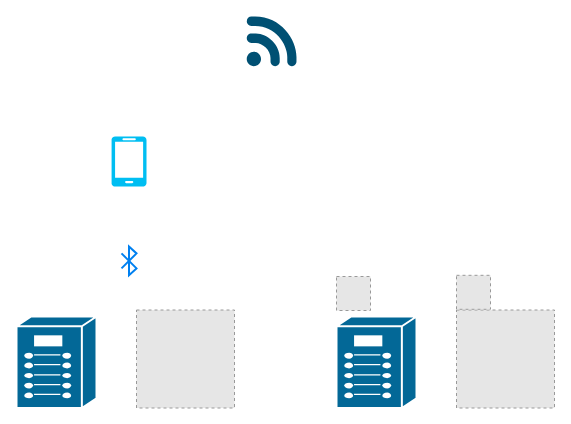
Above: 澳瑞特设备管理.drawio in liz2m/draw.images (draw.io), before the change. Source tidied: cells renumbered, new cells numbered last; positions are measured from the earlier drawing's top-left corner, leaving out a move shared by most shapes. Both pictures are drawn from the tidied source at 100%, with x=0, y=0 at pixel (16, 16). Pictures stored in the file or linked from it are replaced by grey dashed boxes.
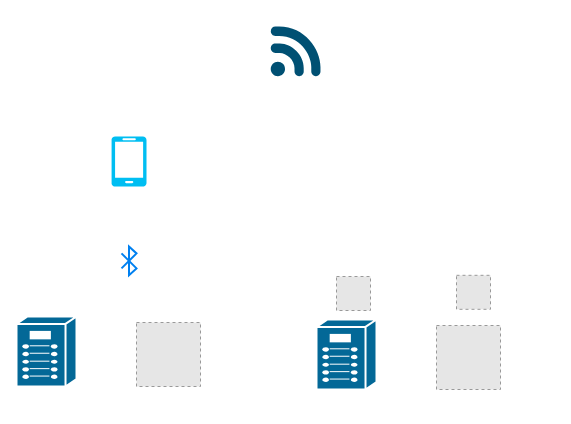
The same page after the edit.

Commit message (it also covers changes not shown here):
更新澳瑞特设备管理.drawio

What changed in the source:
```diff
@@
 <mxGraphModel>
   <root>
     <mxCell id="0" />
     <mxCell id="1" parent="0" />
     <mxCell id="2" style="fillColor=#E6E6E6;strokeColor=#999999;dashed=1;html=1;verticalAlign=top;verticalLabelPosition=bottom;labelBackgroundColor=#ffffff;fontColor=#000000;" parent="1" vertex="1">
-      <mxGeometry x="120" y="293.5" width="98" height="98" as="geometry" />
+      <mxGeometry x="120" y="306" width="64" height="64" as="geometry" />
     </mxCell>
     <mxCell id="3" style="verticalLabelPosition=bottom;sketch=0;html=1;verticalAlign=top;align=center;shape=mxgraph.cisco19.3g_4g_indicator;fillColor=#005073;strokeColor=none;" parent="1" vertex="1">
-      <mxGeometry x="230" width="50" height="50" as="geometry" />
+      <mxGeometry x="254" y="10" width="50" height="50" as="geometry" />
     </mxCell>
     <mxCell id="4" style="html=1;verticalLabelPosition=bottom;align=center;labelBackgroundColor=#ffffff;verticalAlign=top;strokeWidth=2;strokeColor=#0080F0;shadow=0;dashed=0;shape=mxgraph.ios7.icons.bluetooth;" parent="1" vertex="1">
       <mxGeometry x="105" y="230" width="15" height="28.8" as="geometry" />
     </mxCell>
     <mxCell id="5" style="shape=mxgraph.cisco.misc.breakout_box;html=1;dashed=0;fillColor=#036897;strokeColor=#ffffff;strokeWidth=2;verticalLabelPosition=bottom;verticalAlign=top;align=center;" parent="1" vertex="1">
-      <mxGeometry y="300" width="80" height="91.5" as="geometry" />
+      <mxGeometry y="300" width="60" height="70" as="geometry" />
     </mxCell>
     <mxCell id="6" style="verticalLabelPosition=bottom;html=1;verticalAlign=top;align=center;strokeColor=none;fillColor=#00BEF2;shape=mxgraph.azure.mobile;fontColor=#000000;" parent="1" vertex="1">
       <mxGeometry x="95" y="120" width="35" height="50" as="geometry" />
     </mxCell>
-    <mxCell id="7" style="fillColor=#E6E6E6;strokeColor=#999999;dashed=1;html=1;verticalAlign=top;verticalLabelPosition=bottom;labelBackgroundColor=#ffffff;fontColor=#000000;" parent="1" vertex="1">
-      <mxGeometry x="440" y="293.5" width="98" height="98" as="geometry" />
-    </mxCell>
-    <mxCell id="8" style="shape=mxgraph.cisco.misc.breakout_box;html=1;dashed=0;fillColor=#036897;strokeColor=#ffffff;strokeWidth=2;verticalLabelPosition=bottom;verticalAlign=top;align=center;" parent="1" vertex="1">
-      <mxGeometry x="320" y="300" width="80" height="91.5" as="geometry" />
-    </mxCell>
     <mxCell id="9" style="fillColor=#E6E6E6;strokeColor=#999999;dashed=1;html=1;verticalAlign=top;verticalLabelPosition=bottom;labelBackgroundColor=#ffffff;fontColor=#000000;" parent="1" vertex="1">
       <mxGeometry x="320" y="260" width="34" height="34" as="geometry" />
     </mxCell>
     <mxCell id="10" style="fillColor=#E6E6E6;strokeColor=#999999;dashed=1;html=1;verticalAlign=top;verticalLabelPosition=bottom;labelBackgroundColor=#ffffff;fontColor=#000000;" parent="1" vertex="1">
       <mxGeometry x="440" y="258.8" width="34" height="34" as="geometry" />
     </mxCell>
+    <mxCell id="11" style="fillColor=#E6E6E6;strokeColor=#999999;dashed=1;html=1;verticalAlign=top;verticalLabelPosition=bottom;labelBackgroundColor=#ffffff;fontColor=#000000;" parent="1" vertex="1">
+      <mxGeometry x="420" y="309" width="64" height="64" as="geometry" />
+    </mxCell>
+    <mxCell id="12" style="shape=mxgraph.cisco.misc.breakout_box;html=1;dashed=0;fillColor=#036897;strokeColor=#ffffff;strokeWidth=2;verticalLabelPosition=bottom;verticalAlign=top;align=center;" parent="1" vertex="1">
+      <mxGeometry x="300" y="303" width="60" height="70" as="geometry" />
+    </mxCell>
   </root>
 </mxGraphModel>
```
